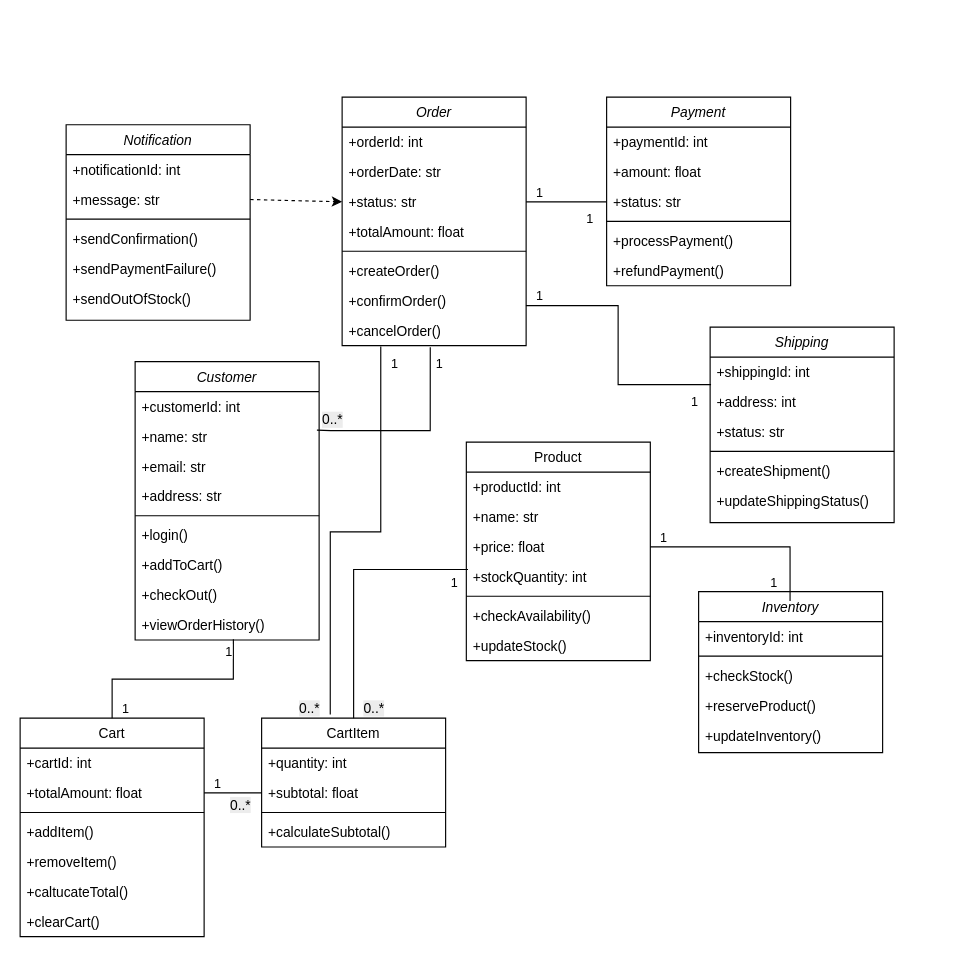
Before: src/diagrams/online-shopping-class.drawio.xml in Jahon27/diploma_thesis, a draw.io diagram. Source tidied: cells renumbered, new cells numbered last; positions are measured from the earlier drawing's top-left corner, leaving out a move shared by most shapes. Both pictures are drawn from the tidied source at 115%, with x=0, y=0 at pixel (20, 97).
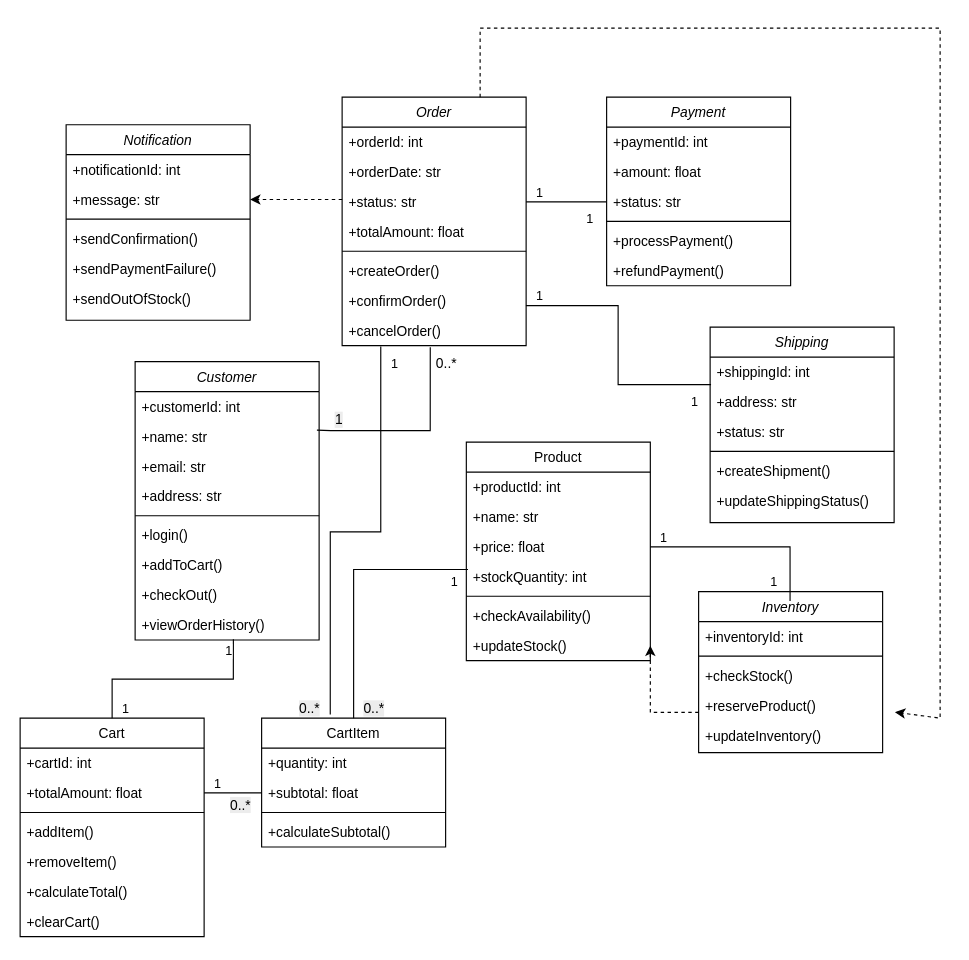
The same diagram, later.

The change refers to these unchanged cells:
```xml
<mxCell id="12" value="Cart" style="swimlane;fontStyle=0;align=center;verticalAlign=top;horizontal=1;startSize=26;rounded=0;shadow=0;strokeWidth=1;" parent="1" vertex="1">
  <mxGeometry y="540" width="160" height="190" as="geometry" />
</mxCell>
<mxCell id="32" value="+updateStock()" style="text;align=left;verticalAlign=top;spacingLeft=4;spacingRight=4;overflow=hidden;points=[[0,0.5],[1,0.5]];portConstraint=eastwest;" parent="25" vertex="1">
  <mxGeometry y="164" width="160" height="26" as="geometry" />
</mxCell>
<mxCell id="33" value="Order" style="swimlane;fontStyle=2;align=center;verticalAlign=top;horizontal=1;startSize=26;rounded=0;shadow=0;strokeWidth=1;" parent="1" vertex="1">
  <mxGeometry x="280" width="160" height="216" as="geometry" />
</mxCell>
<mxCell id="36" value="+status: str" style="text;align=left;verticalAlign=top;spacingLeft=4;spacingRight=4;overflow=hidden;points=[[0,0.5],[1,0.5]];portConstraint=eastwest;rounded=0;shadow=0;html=0;" parent="33" vertex="1">
  <mxGeometry y="78" width="160" height="26" as="geometry" />
</mxCell>
<mxCell id="49" value="Inventory" style="swimlane;fontStyle=2;align=center;verticalAlign=top;horizontal=1;startSize=26;rounded=0;shadow=0;strokeWidth=1;" parent="1" vertex="1">
  <mxGeometry x="590" y="430" width="160" height="140" as="geometry" />
</mxCell>
<mxCell id="54" value="+updateInventory()" style="text;align=left;verticalAlign=top;spacingLeft=4;spacingRight=4;overflow=hidden;points=[[0,0.5],[1,0.5]];portConstraint=eastwest;rounded=0;shadow=0;html=0;" parent="49" vertex="1">
  <mxGeometry y="112" width="160" height="26" as="geometry" />
</mxCell>
<mxCell id="55" value="Shipping" style="swimlane;fontStyle=2;align=center;verticalAlign=top;horizontal=1;startSize=26;rounded=0;shadow=0;strokeWidth=1;" parent="1" vertex="1">
  <mxGeometry x="600" y="200" width="160" height="170" as="geometry" />
</mxCell>
<mxCell id="64" value="+message: str" style="text;align=left;verticalAlign=top;spacingLeft=4;spacingRight=4;overflow=hidden;points=[[0,0.5],[1,0.5]];portConstraint=eastwest;rounded=0;shadow=0;html=0;" parent="62" vertex="1">
  <mxGeometry y="52" width="160" height="26" as="geometry" />
</mxCell>
<mxCell id="78" style="endArrow=none;html=1;edgeStyle=orthogonalEdgeStyle;rounded=0;exitX=0.479;exitY=1.052;exitDx=0;exitDy=0;exitPerimeter=0;entryX=0.988;entryY=0.288;entryDx=0;entryDy=0;entryPerimeter=0;" parent="1" edge="1" source="41" target="4">
  <mxGeometry relative="1" as="geometry">
    <Array as="points">
      <mxPoint x="357" y="290" />
      <mxPoint x="270" y="290" />
    </Array>
  </mxGeometry>
</mxCell>
```

Diff of the diagram source:
```diff
@@
-    <mxCell id="18" value="+caltucateTotal()" style="text;align=left;verticalAlign=top;spacingLeft=4;spacingRight=4;overflow=hidden;" parent="12" vertex="1">
+    <mxCell id="18" value="+calculateTotal()" style="text;align=left;verticalAlign=top;spacingLeft=4;spacingRight=4;overflow=hidden;" parent="12" vertex="1">
       <mxGeometry y="138" width="160" height="26" as="geometry" />
     </mxCell>
@@
-    <mxCell id="57" value="+address: int" style="text;align=left;verticalAlign=top;spacingLeft=4;spacingRight=4;overflow=hidden;rounded=0;shadow=0;html=0;" parent="55" vertex="1">
+    <mxCell id="57" value="+address: str" style="text;align=left;verticalAlign=top;spacingLeft=4;spacingRight=4;overflow=hidden;rounded=0;shadow=0;html=0;" parent="55" vertex="1">
       <mxGeometry y="52" width="160" height="26" as="geometry" />
     </mxCell>
@@
-    <mxCell id="79" value="1" style="edgeLabel;html=1;align=left;verticalAlign=bottom;" parent="78" vertex="1">
+    <mxCell id="79" value="&lt;span&gt;&lt;span style=&quot;font-size: 12px; text-align: right;&quot;&gt;0&lt;/span&gt;&lt;span style=&quot;font-size: 12px; text-align: right;&quot;&gt;.&lt;/span&gt;&lt;span style=&quot;font-size: 12px; text-align: right;&quot;&gt;.*&lt;/span&gt;&lt;/span&gt;" style="edgeLabel;html=1;align=left;verticalAlign=bottom;" parent="78" vertex="1">
       <mxGeometry x="-1" relative="1" as="geometry">
         <mxPoint x="3" y="23" as="offset" />
       </mxGeometry>
     </mxCell>
-    <mxCell id="80" value="&lt;span style=&quot;font-size: 12px; background-color: rgb(236, 236, 236);&quot;&gt;0..*&lt;/span&gt;" style="edgeLabel;html=1;align=right;verticalAlign=bottom;" parent="78" vertex="1">
+    <mxCell id="80" value="&lt;span style=&quot;font-size: 12px; background-color: rgb(236, 236, 236);&quot;&gt;1&lt;/span&gt;" style="edgeLabel;html=1;align=right;verticalAlign=bottom;" parent="78" vertex="1">
       <mxGeometry x="1" relative="1" as="geometry">
         <mxPoint x="23" as="offset" />
       </mxGeometry>
     </mxCell>
@@
-    <mxCell id="93" style="html=1;labelBackgroundColor=#ffffff;startArrow=none;startFill=0;startSize=6;endArrow=classic;endFill=1;endSize=6;jettySize=auto;strokeWidth=1;dashed=1;fontSize=14;rounded=0;exitX=1;exitY=0.5;exitDx=0;exitDy=0;entryX=0;entryY=0.5;entryDx=0;entryDy=0;" parent="1" edge="1" source="64" target="36">
-      <mxGeometry relative="1" as="geometry" />
+    <mxCell id="93" style="html=1;labelBackgroundColor=#ffffff;startArrow=none;startFill=0;startSize=6;endArrow=classic;endFill=1;endSize=6;jettySize=auto;strokeWidth=1;dashed=1;fontSize=14;rounded=0;entryX=1;entryY=0.5;entryDx=0;entryDy=0;" parent="1" edge="1" target="64">
+      <mxGeometry relative="1" as="geometry">
+        <mxPoint x="280" y="89" as="sourcePoint" />
+      </mxGeometry>
     </mxCell>
+    <mxCell id="94" style="html=1;labelBackgroundColor=#ffffff;startArrow=none;startFill=0;startSize=6;endArrow=classic;endFill=1;endSize=6;jettySize=auto;strokeWidth=1;dashed=1;fontSize=14;rounded=0;entryX=1.067;entryY=-0.278;entryDx=0;entryDy=0;exitX=0.75;exitY=0;exitDx=0;exitDy=0;entryPerimeter=0;" parent="1" edge="1" source="33" target="54">
+      <mxGeometry relative="1" as="geometry">
+        <Array as="points">
+          <mxPoint x="400" y="-60" />
+          <mxPoint x="800" y="-60" />
+          <mxPoint x="800" y="250" />
+          <mxPoint x="800" y="540" />
+        </Array>
+      </mxGeometry>
+    </mxCell>
+    <mxCell id="95" style="html=1;labelBackgroundColor=#ffffff;startArrow=none;startFill=0;startSize=6;endArrow=classic;endFill=1;endSize=6;jettySize=auto;strokeWidth=1;dashed=1;fontSize=14;rounded=0;entryX=1;entryY=0.5;entryDx=0;entryDy=0;exitX=0;exitY=0.75;exitDx=0;exitDy=0;" parent="1" edge="1" source="49" target="32">
+      <mxGeometry relative="1" as="geometry">
+        <Array as="points">
+          <mxPoint x="548" y="535" />
+        </Array>
+      </mxGeometry>
+    </mxCell>
```
